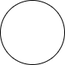
The draw.io diagram Untitled Diagram.drawio.png in lmxyjy/draw.io, before a commit. Source tidied: cells renumbered, new cells last; positions are measured from the earlier drawing's top-left corner, leaving out a move shared by most shapes.
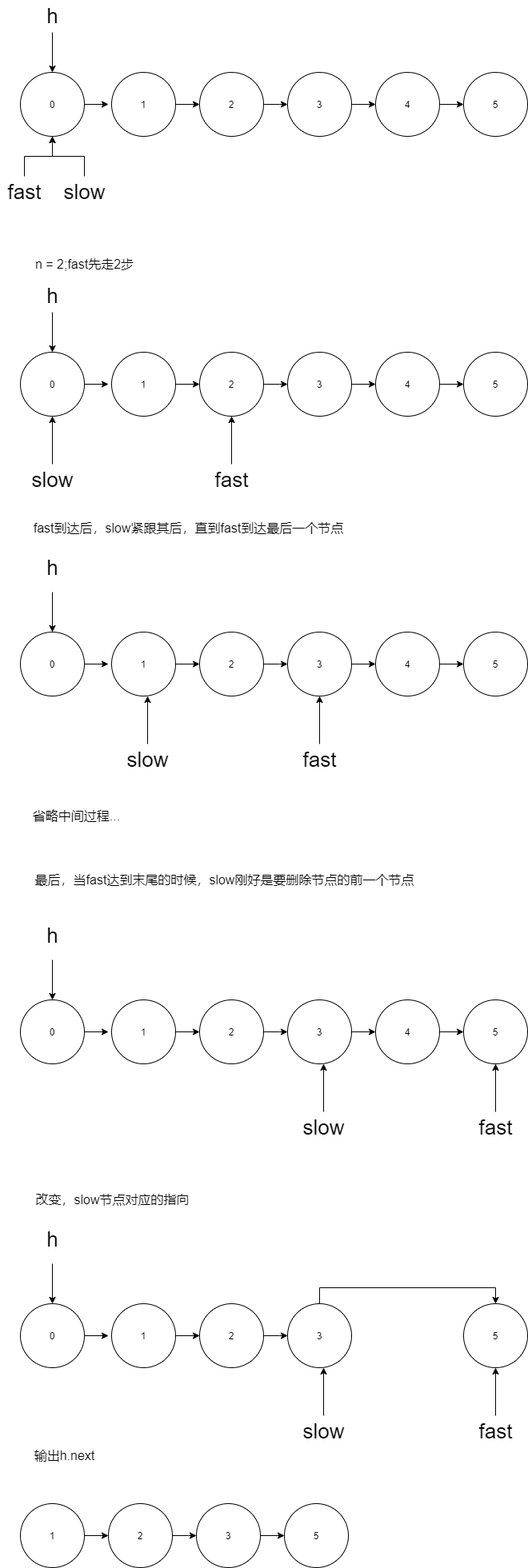
The same file after the commit.

Commit message:
删除链表倒数第n个节点.png

What changed in the source:
```diff
@@ -2,8 +2,353 @@
   <root>
     <mxCell id="0" />
     <mxCell id="1" parent="0" />
+    <mxCell id="3" style="edgeStyle=orthogonalEdgeStyle;rounded=0;jettySize=auto;html=1;entryX=0;entryY=0.5;entryDx=0;entryDy=0;" parent="1" edge="1" source="2" target="5">
+      <mxGeometry relative="1" as="geometry" />
+    </mxCell>
-    <mxCell id="2" style="ellipse;whiteSpace=wrap;html=1;" parent="1" vertex="1">
+    <mxCell id="2" value="1" style="ellipse;whiteSpace=wrap;html=1;" parent="1" vertex="1">
       <mxGeometry width="80" height="80" as="geometry" />
     </mxCell>
+    <mxCell id="4" style="edgeStyle=orthogonalEdgeStyle;rounded=0;jettySize=auto;html=1;exitX=1;exitY=0.5;exitDx=0;exitDy=0;entryX=0;entryY=0.5;entryDx=0;entryDy=0;" parent="1" edge="1" source="5" target="7">
+      <mxGeometry relative="1" as="geometry">
+        <Array as="points">
+          <mxPoint x="210" y="40" />
+          <mxPoint x="210" y="40" />
+        </Array>
+      </mxGeometry>
+    </mxCell>
+    <mxCell id="5" value="2" style="ellipse;whiteSpace=wrap;html=1;" parent="1" vertex="1">
+      <mxGeometry x="110" width="80" height="80" as="geometry" />
+    </mxCell>
+    <mxCell id="6" style="edgeStyle=orthogonalEdgeStyle;rounded=0;jettySize=auto;html=1;exitX=1;exitY=0.5;exitDx=0;exitDy=0;" parent="1" edge="1" source="7" target="9">
+      <mxGeometry relative="1" as="geometry" />
+    </mxCell>
+    <mxCell id="7" value="3" style="ellipse;whiteSpace=wrap;html=1;" parent="1" vertex="1">
+      <mxGeometry x="220" width="80" height="80" as="geometry" />
+    </mxCell>
+    <mxCell id="8" style="edgeStyle=orthogonalEdgeStyle;rounded=0;jettySize=auto;html=1;exitX=1;exitY=0.5;exitDx=0;exitDy=0;entryX=0;entryY=0.5;entryDx=0;entryDy=0;" parent="1" edge="1" source="9" target="10">
+      <mxGeometry relative="1" as="geometry" />
+    </mxCell>
+    <mxCell id="9" value="4" style="ellipse;whiteSpace=wrap;html=1;" parent="1" vertex="1">
+      <mxGeometry x="330" width="80" height="80" as="geometry" />
+    </mxCell>
+    <mxCell id="10" value="5" style="ellipse;whiteSpace=wrap;html=1;" parent="1" vertex="1">
+      <mxGeometry x="440" width="80" height="80" as="geometry" />
+    </mxCell>
+    <mxCell id="11" style="edgeStyle=orthogonalEdgeStyle;rounded=0;jettySize=auto;html=1;" parent="1" edge="1" source="12">
+      <mxGeometry relative="1" as="geometry">
+        <mxPoint x="-4" y="40" as="targetPoint" />
+      </mxGeometry>
+    </mxCell>
+    <mxCell id="12" value="0" style="ellipse;whiteSpace=wrap;html=1;" parent="1" vertex="1">
+      <mxGeometry x="-114" width="80" height="80" as="geometry" />
+    </mxCell>
+    <mxCell id="13" style="edgeStyle=orthogonalEdgeStyle;rounded=0;jettySize=auto;html=1;" parent="1" edge="1" source="14" target="12">
+      <mxGeometry relative="1" as="geometry" />
+    </mxCell>
+    <mxCell id="14" value="h" style="text;html=1;align=center;verticalAlign=middle;points=[];strokeColor=none;fillColor=none;fontSize=26;" parent="1" vertex="1">
+      <mxGeometry x="-89" y="-90" width="30" height="40" as="geometry" />
+    </mxCell>
+    <mxCell id="15" style="edgeStyle=orthogonalEdgeStyle;rounded=0;jettySize=auto;html=1;entryX=0.5;entryY=1;entryDx=0;entryDy=0;" parent="1" edge="1" source="16" target="12">
+      <mxGeometry relative="1" as="geometry" />
+    </mxCell>
+    <mxCell id="16" value="fast" style="text;html=1;align=center;verticalAlign=middle;points=[];strokeColor=none;fillColor=none;labelBorderColor=none;fontSize=26;" parent="1" vertex="1">
+      <mxGeometry x="-139" y="130" width="60" height="40" as="geometry" />
+    </mxCell>
+    <mxCell id="17" style="edgeStyle=orthogonalEdgeStyle;rounded=0;jettySize=auto;html=1;entryX=0.5;entryY=1;entryDx=0;entryDy=0;" parent="1" edge="1" source="18" target="12">
+      <mxGeometry relative="1" as="geometry" />
+    </mxCell>
+    <mxCell id="18" value="slow" style="text;html=1;align=center;verticalAlign=middle;points=[];strokeColor=none;fillColor=none;labelBorderColor=none;fontSize=26;" parent="1" vertex="1">
+      <mxGeometry x="-69" y="130" width="70" height="40" as="geometry" />
+    </mxCell>
+    <mxCell id="19" value="n = 2;fast先走2步" style="text;html=1;align=center;verticalAlign=middle;strokeColor=none;fillColor=none;fontSize=16;labelBorderColor=none;" parent="1" vertex="1">
+      <mxGeometry x="-104" y="230" width="140" height="20" as="geometry" />
+    </mxCell>
+    <mxCell id="20" style="edgeStyle=orthogonalEdgeStyle;rounded=0;jettySize=auto;html=1;entryX=0;entryY=0.5;entryDx=0;entryDy=0;" parent="1" edge="1" source="21" target="23">
+      <mxGeometry relative="1" as="geometry" />
+    </mxCell>
+    <mxCell id="21" value="1" style="ellipse;whiteSpace=wrap;html=1;" parent="1" vertex="1">
+      <mxGeometry y="350" width="80" height="80" as="geometry" />
+    </mxCell>
+    <mxCell id="22" style="edgeStyle=orthogonalEdgeStyle;rounded=0;jettySize=auto;html=1;exitX=1;exitY=0.5;exitDx=0;exitDy=0;entryX=0;entryY=0.5;entryDx=0;entryDy=0;" parent="1" edge="1" source="23" target="25">
+      <mxGeometry relative="1" as="geometry">
+        <Array as="points">
+          <mxPoint x="210" y="390" />
+          <mxPoint x="210" y="390" />
+        </Array>
+      </mxGeometry>
+    </mxCell>
+    <mxCell id="23" value="2" style="ellipse;whiteSpace=wrap;html=1;" parent="1" vertex="1">
+      <mxGeometry x="110" y="350" width="80" height="80" as="geometry" />
+    </mxCell>
+    <mxCell id="24" style="edgeStyle=orthogonalEdgeStyle;rounded=0;jettySize=auto;html=1;exitX=1;exitY=0.5;exitDx=0;exitDy=0;" parent="1" edge="1" source="25" target="27">
+      <mxGeometry relative="1" as="geometry" />
+    </mxCell>
+    <mxCell id="25" value="3" style="ellipse;whiteSpace=wrap;html=1;" parent="1" vertex="1">
+      <mxGeometry x="220" y="350" width="80" height="80" as="geometry" />
+    </mxCell>
+    <mxCell id="26" style="edgeStyle=orthogonalEdgeStyle;rounded=0;jettySize=auto;html=1;exitX=1;exitY=0.5;exitDx=0;exitDy=0;entryX=0;entryY=0.5;entryDx=0;entryDy=0;" parent="1" edge="1" source="27" target="28">
+      <mxGeometry relative="1" as="geometry" />
+    </mxCell>
+    <mxCell id="27" value="4" style="ellipse;whiteSpace=wrap;html=1;" parent="1" vertex="1">
+      <mxGeometry x="330" y="350" width="80" height="80" as="geometry" />
+    </mxCell>
+    <mxCell id="28" value="5" style="ellipse;whiteSpace=wrap;html=1;" parent="1" vertex="1">
+      <mxGeometry x="440" y="350" width="80" height="80" as="geometry" />
+    </mxCell>
+    <mxCell id="29" style="edgeStyle=orthogonalEdgeStyle;rounded=0;jettySize=auto;html=1;" parent="1" edge="1" source="30">
+      <mxGeometry relative="1" as="geometry">
+        <mxPoint x="-4" y="390" as="targetPoint" />
+      </mxGeometry>
+    </mxCell>
+    <mxCell id="30" value="0" style="ellipse;whiteSpace=wrap;html=1;" parent="1" vertex="1">
+      <mxGeometry x="-114" y="350" width="80" height="80" as="geometry" />
+    </mxCell>
+    <mxCell id="31" style="edgeStyle=orthogonalEdgeStyle;rounded=0;jettySize=auto;html=1;" parent="1" edge="1" source="32" target="30">
+      <mxGeometry relative="1" as="geometry" />
+    </mxCell>
+    <mxCell id="32" value="h" style="text;html=1;align=center;verticalAlign=middle;points=[];strokeColor=none;fillColor=none;fontSize=26;" parent="1" vertex="1">
+      <mxGeometry x="-89" y="260" width="30" height="40" as="geometry" />
+    </mxCell>
+    <mxCell id="33" style="edgeStyle=orthogonalEdgeStyle;rounded=0;jettySize=auto;html=1;fontSize=26;" parent="1" edge="1" source="34">
+      <mxGeometry relative="1" as="geometry">
+        <mxPoint x="150" y="430" as="targetPoint" />
+      </mxGeometry>
+    </mxCell>
+    <mxCell id="34" value="fast" style="text;html=1;align=center;verticalAlign=middle;points=[];strokeColor=none;fillColor=none;labelBorderColor=none;fontSize=26;" parent="1" vertex="1">
+      <mxGeometry x="120" y="490" width="60" height="40" as="geometry" />
+    </mxCell>
+    <mxCell id="35" style="edgeStyle=orthogonalEdgeStyle;rounded=0;jettySize=auto;html=1;entryX=0.5;entryY=1;entryDx=0;entryDy=0;" parent="1" edge="1" source="36" target="30">
+      <mxGeometry relative="1" as="geometry" />
+    </mxCell>
+    <mxCell id="36" value="slow" style="text;html=1;align=center;verticalAlign=middle;points=[];strokeColor=none;fillColor=none;labelBorderColor=none;fontSize=26;" parent="1" vertex="1">
+      <mxGeometry x="-109" y="490" width="70" height="40" as="geometry" />
+    </mxCell>
+    <mxCell id="37" style="edgeStyle=orthogonalEdgeStyle;rounded=0;jettySize=auto;html=1;entryX=0;entryY=0.5;entryDx=0;entryDy=0;" parent="1" edge="1" source="38" target="40">
+      <mxGeometry relative="1" as="geometry" />
+    </mxCell>
+    <mxCell id="38" value="1" style="ellipse;whiteSpace=wrap;html=1;" parent="1" vertex="1">
+      <mxGeometry y="700" width="80" height="80" as="geometry" />
+    </mxCell>
+    <mxCell id="39" style="edgeStyle=orthogonalEdgeStyle;rounded=0;jettySize=auto;html=1;exitX=1;exitY=0.5;exitDx=0;exitDy=0;entryX=0;entryY=0.5;entryDx=0;entryDy=0;" parent="1" edge="1" source="40" target="42">
+      <mxGeometry relative="1" as="geometry">
+        <Array as="points">
+          <mxPoint x="210" y="740" />
+          <mxPoint x="210" y="740" />
+        </Array>
+      </mxGeometry>
+    </mxCell>
+    <mxCell id="40" value="2" style="ellipse;whiteSpace=wrap;html=1;" parent="1" vertex="1">
+      <mxGeometry x="110" y="700" width="80" height="80" as="geometry" />
+    </mxCell>
+    <mxCell id="41" style="edgeStyle=orthogonalEdgeStyle;rounded=0;jettySize=auto;html=1;exitX=1;exitY=0.5;exitDx=0;exitDy=0;" parent="1" edge="1" source="42" target="44">
+      <mxGeometry relative="1" as="geometry" />
+    </mxCell>
+    <mxCell id="42" value="3" style="ellipse;whiteSpace=wrap;html=1;" parent="1" vertex="1">
+      <mxGeometry x="220" y="700" width="80" height="80" as="geometry" />
+    </mxCell>
+    <mxCell id="43" style="edgeStyle=orthogonalEdgeStyle;rounded=0;jettySize=auto;html=1;exitX=1;exitY=0.5;exitDx=0;exitDy=0;entryX=0;entryY=0.5;entryDx=0;entryDy=0;" parent="1" edge="1" source="44" target="45">
+      <mxGeometry relative="1" as="geometry" />
+    </mxCell>
+    <mxCell id="44" value="4" style="ellipse;whiteSpace=wrap;html=1;" parent="1" vertex="1">
+      <mxGeometry x="330" y="700" width="80" height="80" as="geometry" />
+    </mxCell>
+    <mxCell id="45" value="5" style="ellipse;whiteSpace=wrap;html=1;" parent="1" vertex="1">
+      <mxGeometry x="440" y="700" width="80" height="80" as="geometry" />
+    </mxCell>
+    <mxCell id="46" style="edgeStyle=orthogonalEdgeStyle;rounded=0;jettySize=auto;html=1;" parent="1" edge="1" source="47">
+      <mxGeometry relative="1" as="geometry">
+        <mxPoint x="-4" y="740" as="targetPoint" />
+      </mxGeometry>
+    </mxCell>
+    <mxCell id="47" value="0" style="ellipse;whiteSpace=wrap;html=1;" parent="1" vertex="1">
+      <mxGeometry x="-114" y="700" width="80" height="80" as="geometry" />
+    </mxCell>
+    <mxCell id="48" style="edgeStyle=orthogonalEdgeStyle;rounded=0;jettySize=auto;html=1;" parent="1" edge="1" target="47">
+      <mxGeometry relative="1" as="geometry">
+        <mxPoint x="-74" y="650" as="sourcePoint" />
+      </mxGeometry>
+    </mxCell>
+    <mxCell id="49" style="edgeStyle=orthogonalEdgeStyle;rounded=0;jettySize=auto;html=1;fontSize=26;" parent="1" edge="1" source="50">
+      <mxGeometry relative="1" as="geometry">
+        <mxPoint x="260" y="780" as="targetPoint" />
+      </mxGeometry>
+    </mxCell>
+    <mxCell id="50" value="fast" style="text;html=1;align=center;verticalAlign=middle;points=[];strokeColor=none;fillColor=none;labelBorderColor=none;fontSize=26;" parent="1" vertex="1">
+      <mxGeometry x="230" y="840" width="60" height="40" as="geometry" />
+    </mxCell>
+    <mxCell id="51" style="edgeStyle=orthogonalEdgeStyle;rounded=0;jettySize=auto;html=1;entryX=0.5;entryY=1;entryDx=0;entryDy=0;" parent="1" edge="1" source="52">
+      <mxGeometry relative="1" as="geometry">
+        <mxPoint x="45" y="780" as="targetPoint" />
+      </mxGeometry>
+    </mxCell>
+    <mxCell id="52" value="slow" style="text;html=1;align=center;verticalAlign=middle;points=[];strokeColor=none;fillColor=none;labelBorderColor=none;fontSize=26;" parent="1" vertex="1">
+      <mxGeometry x="10" y="840" width="70" height="40" as="geometry" />
+    </mxCell>
+    <mxCell id="53" value="h" style="text;html=1;align=center;verticalAlign=middle;strokeColor=none;fillColor=none;fontSize=26;" parent="1" vertex="1">
+      <mxGeometry x="-89" y="600" width="30" height="40" as="geometry" />
+    </mxCell>
+    <mxCell id="54" value="fast到达后，slow紧跟其后，直到fast到达最后一个节点" style="text;html=1;align=center;verticalAlign=middle;strokeColor=none;fillColor=none;fontSize=16;" parent="1" vertex="1">
+      <mxGeometry x="-104" y="560" width="400" height="20" as="geometry" />
+    </mxCell>
+    <mxCell id="55" style="edgeStyle=orthogonalEdgeStyle;rounded=0;jettySize=auto;html=1;entryX=0;entryY=0.5;entryDx=0;entryDy=0;" parent="1" edge="1" source="56" target="58">
+      <mxGeometry relative="1" as="geometry" />
+    </mxCell>
+    <mxCell id="56" value="1" style="ellipse;whiteSpace=wrap;html=1;" parent="1" vertex="1">
+      <mxGeometry y="1160" width="80" height="80" as="geometry" />
+    </mxCell>
+    <mxCell id="57" style="edgeStyle=orthogonalEdgeStyle;rounded=0;jettySize=auto;html=1;exitX=1;exitY=0.5;exitDx=0;exitDy=0;entryX=0;entryY=0.5;entryDx=0;entryDy=0;" parent="1" edge="1" source="58" target="60">
+      <mxGeometry relative="1" as="geometry">
+        <Array as="points">
+          <mxPoint x="210" y="1200" />
+          <mxPoint x="210" y="1200" />
+        </Array>
+      </mxGeometry>
+    </mxCell>
+    <mxCell id="58" value="2" style="ellipse;whiteSpace=wrap;html=1;" parent="1" vertex="1">
+      <mxGeometry x="110" y="1160" width="80" height="80" as="geometry" />
+    </mxCell>
+    <mxCell id="59" style="edgeStyle=orthogonalEdgeStyle;rounded=0;jettySize=auto;html=1;exitX=1;exitY=0.5;exitDx=0;exitDy=0;" parent="1" edge="1" source="60" target="62">
+      <mxGeometry relative="1" as="geometry" />
+    </mxCell>
+    <mxCell id="60" value="3" style="ellipse;whiteSpace=wrap;html=1;" parent="1" vertex="1">
+      <mxGeometry x="220" y="1160" width="80" height="80" as="geometry" />
+    </mxCell>
+    <mxCell id="61" style="edgeStyle=orthogonalEdgeStyle;rounded=0;jettySize=auto;html=1;exitX=1;exitY=0.5;exitDx=0;exitDy=0;entryX=0;entryY=0.5;entryDx=0;entryDy=0;" parent="1" edge="1" source="62" target="63">
+      <mxGeometry relative="1" as="geometry" />
+    </mxCell>
+    <mxCell id="62" value="4" style="ellipse;whiteSpace=wrap;html=1;" parent="1" vertex="1">
+      <mxGeometry x="330" y="1160" width="80" height="80" as="geometry" />
+    </mxCell>
+    <mxCell id="63" value="5" style="ellipse;whiteSpace=wrap;html=1;" parent="1" vertex="1">
+      <mxGeometry x="440" y="1160" width="80" height="80" as="geometry" />
+    </mxCell>
+    <mxCell id="64" style="edgeStyle=orthogonalEdgeStyle;rounded=0;jettySize=auto;html=1;" parent="1" edge="1" source="65">
+      <mxGeometry relative="1" as="geometry">
+        <mxPoint x="-4" y="1200" as="targetPoint" />
+      </mxGeometry>
+    </mxCell>
+    <mxCell id="65" value="0" style="ellipse;whiteSpace=wrap;html=1;" parent="1" vertex="1">
+      <mxGeometry x="-114" y="1160" width="80" height="80" as="geometry" />
+    </mxCell>
+    <mxCell id="66" style="edgeStyle=orthogonalEdgeStyle;rounded=0;jettySize=auto;html=1;" parent="1" edge="1" target="65">
+      <mxGeometry relative="1" as="geometry">
+        <mxPoint x="-74" y="1110" as="sourcePoint" />
+      </mxGeometry>
+    </mxCell>
+    <mxCell id="67" style="edgeStyle=orthogonalEdgeStyle;rounded=0;jettySize=auto;html=1;fontSize=26;" parent="1" edge="1" source="68">
+      <mxGeometry relative="1" as="geometry">
+        <mxPoint x="480" y="1240" as="targetPoint" />
+      </mxGeometry>
+    </mxCell>
+    <mxCell id="68" value="fast" style="text;html=1;align=center;verticalAlign=middle;points=[];strokeColor=none;fillColor=none;labelBorderColor=none;fontSize=26;" parent="1" vertex="1">
+      <mxGeometry x="450" y="1300" width="60" height="40" as="geometry" />
+    </mxCell>
+    <mxCell id="69" style="edgeStyle=orthogonalEdgeStyle;rounded=0;jettySize=auto;html=1;entryX=0.5;entryY=1;entryDx=0;entryDy=0;" parent="1" edge="1" source="70">
+      <mxGeometry relative="1" as="geometry">
+        <mxPoint x="265" y="1240" as="targetPoint" />
+      </mxGeometry>
+    </mxCell>
+    <mxCell id="70" value="slow" style="text;html=1;align=center;verticalAlign=middle;points=[];strokeColor=none;fillColor=none;labelBorderColor=none;fontSize=26;" parent="1" vertex="1">
+      <mxGeometry x="230" y="1300" width="70" height="40" as="geometry" />
+    </mxCell>
+    <mxCell id="71" value="h" style="text;html=1;align=center;verticalAlign=middle;strokeColor=none;fillColor=none;fontSize=26;" parent="1" vertex="1">
+      <mxGeometry x="-89" y="1060" width="30" height="40" as="geometry" />
+    </mxCell>
+    <mxCell id="72" value="省略中间过程..." style="text;html=1;align=center;verticalAlign=middle;strokeColor=none;fillColor=none;fontSize=16;" parent="1" vertex="1">
+      <mxGeometry x="-104" y="920" width="120" height="20" as="geometry" />
+    </mxCell>
+    <mxCell id="73" value="最后，当fast达到末尾的时候，slow刚好是要删除节点的前一个节点" style="text;html=1;align=center;verticalAlign=middle;strokeColor=none;fillColor=none;fontSize=16;" parent="1" vertex="1">
+      <mxGeometry x="-104" y="1000" width="490" height="20" as="geometry" />
+    </mxCell>
+    <mxCell id="74" value="改变，slow节点对应的指向" style="text;html=1;align=center;verticalAlign=middle;strokeColor=none;fillColor=none;fontSize=16;" parent="1" vertex="1">
+      <mxGeometry x="-104" y="1400" width="210" height="20" as="geometry" />
+    </mxCell>
+    <mxCell id="75" style="edgeStyle=orthogonalEdgeStyle;rounded=0;jettySize=auto;html=1;entryX=0;entryY=0.5;entryDx=0;entryDy=0;" parent="1" edge="1" source="76" target="78">
+      <mxGeometry relative="1" as="geometry" />
+    </mxCell>
+    <mxCell id="76" value="1" style="ellipse;whiteSpace=wrap;html=1;" parent="1" vertex="1">
+      <mxGeometry y="1540" width="80" height="80" as="geometry" />
+    </mxCell>
+    <mxCell id="77" style="edgeStyle=orthogonalEdgeStyle;rounded=0;jettySize=auto;html=1;exitX=1;exitY=0.5;exitDx=0;exitDy=0;entryX=0;entryY=0.5;entryDx=0;entryDy=0;" parent="1" edge="1" source="78" target="80">
+      <mxGeometry relative="1" as="geometry">
+        <Array as="points">
+          <mxPoint x="210" y="1580" />
+          <mxPoint x="210" y="1580" />
+        </Array>
+      </mxGeometry>
+    </mxCell>
+    <mxCell id="78" value="2" style="ellipse;whiteSpace=wrap;html=1;" parent="1" vertex="1">
+      <mxGeometry x="110" y="1540" width="80" height="80" as="geometry" />
+    </mxCell>
+    <mxCell id="79" style="edgeStyle=orthogonalEdgeStyle;rounded=0;jettySize=auto;html=1;exitX=0.5;exitY=0;exitDx=0;exitDy=0;entryX=0.5;entryY=0;entryDx=0;entryDy=0;fontSize=16;" parent="1" edge="1" source="80" target="81">
+      <mxGeometry relative="1" as="geometry" />
+    </mxCell>
+    <mxCell id="80" value="3" style="ellipse;whiteSpace=wrap;html=1;" parent="1" vertex="1">
+      <mxGeometry x="220" y="1540" width="80" height="80" as="geometry" />
+    </mxCell>
+    <mxCell id="81" value="5" style="ellipse;whiteSpace=wrap;html=1;" parent="1" vertex="1">
+      <mxGeometry x="440" y="1540" width="80" height="80" as="geometry" />
+    </mxCell>
+    <mxCell id="82" style="edgeStyle=orthogonalEdgeStyle;rounded=0;jettySize=auto;html=1;" parent="1" edge="1" source="83">
+      <mxGeometry relative="1" as="geometry">
+        <mxPoint x="-4" y="1580" as="targetPoint" />
+      </mxGeometry>
+    </mxCell>
+    <mxCell id="83" value="0" style="ellipse;whiteSpace=wrap;html=1;" parent="1" vertex="1">
+      <mxGeometry x="-114" y="1540" width="80" height="80" as="geometry" />
+    </mxCell>
+    <mxCell id="84" style="edgeStyle=orthogonalEdgeStyle;rounded=0;jettySize=auto;html=1;" parent="1" edge="1" target="83">
+      <mxGeometry relative="1" as="geometry">
+        <mxPoint x="-74" y="1490" as="sourcePoint" />
+      </mxGeometry>
+    </mxCell>
+    <mxCell id="85" style="edgeStyle=orthogonalEdgeStyle;rounded=0;jettySize=auto;html=1;fontSize=26;" parent="1" edge="1" source="86">
+      <mxGeometry relative="1" as="geometry">
+        <mxPoint x="480" y="1620" as="targetPoint" />
+      </mxGeometry>
+    </mxCell>
+    <mxCell id="86" value="fast" style="text;html=1;align=center;verticalAlign=middle;points=[];strokeColor=none;fillColor=none;labelBorderColor=none;fontSize=26;" parent="1" vertex="1">
+      <mxGeometry x="450" y="1680" width="60" height="40" as="geometry" />
+    </mxCell>
+    <mxCell id="87" style="edgeStyle=orthogonalEdgeStyle;rounded=0;jettySize=auto;html=1;entryX=0.5;entryY=1;entryDx=0;entryDy=0;" parent="1" edge="1" source="88">
+      <mxGeometry relative="1" as="geometry">
+        <mxPoint x="265" y="1620" as="targetPoint" />
+      </mxGeometry>
+    </mxCell>
+    <mxCell id="88" value="slow" style="text;html=1;align=center;verticalAlign=middle;points=[];strokeColor=none;fillColor=none;labelBorderColor=none;fontSize=26;" parent="1" vertex="1">
+      <mxGeometry x="230" y="1680" width="70" height="40" as="geometry" />
+    </mxCell>
+    <mxCell id="89" value="h" style="text;html=1;align=center;verticalAlign=middle;strokeColor=none;fillColor=none;fontSize=26;" parent="1" vertex="1">
+      <mxGeometry x="-89" y="1440" width="30" height="40" as="geometry" />
+    </mxCell>
+    <mxCell id="90" value="输出h.next" style="text;html=1;align=center;verticalAlign=middle;strokeColor=none;fillColor=none;fontSize=16;" parent="1" vertex="1">
+      <mxGeometry x="-104" y="1720" width="90" height="20" as="geometry" />
+    </mxCell>
+    <mxCell id="91" style="edgeStyle=orthogonalEdgeStyle;rounded=0;jettySize=auto;html=1;entryX=0;entryY=0.5;entryDx=0;entryDy=0;" parent="1" edge="1" source="92" target="94">
+      <mxGeometry relative="1" as="geometry" />
+    </mxCell>
+    <mxCell id="92" value="1" style="ellipse;whiteSpace=wrap;html=1;" parent="1" vertex="1">
+      <mxGeometry x="-114" y="1790" width="80" height="80" as="geometry" />
+    </mxCell>
+    <mxCell id="93" style="edgeStyle=orthogonalEdgeStyle;rounded=0;jettySize=auto;html=1;exitX=1;exitY=0.5;exitDx=0;exitDy=0;entryX=0;entryY=0.5;entryDx=0;entryDy=0;" parent="1" edge="1" source="94" target="96">
+      <mxGeometry relative="1" as="geometry">
+        <Array as="points">
+          <mxPoint x="96" y="1830" />
+          <mxPoint x="96" y="1830" />
+        </Array>
+      </mxGeometry>
+    </mxCell>
+    <mxCell id="94" value="2" style="ellipse;whiteSpace=wrap;html=1;" parent="1" vertex="1">
+      <mxGeometry x="-4" y="1790" width="80" height="80" as="geometry" />
+    </mxCell>
+    <mxCell id="95" style="edgeStyle=orthogonalEdgeStyle;rounded=0;jettySize=auto;html=1;fontSize=16;" parent="1" edge="1" source="96" target="97">
+      <mxGeometry relative="1" as="geometry" />
+    </mxCell>
+    <mxCell id="96" value="3" style="ellipse;whiteSpace=wrap;html=1;" parent="1" vertex="1">
+      <mxGeometry x="106" y="1790" width="80" height="80" as="geometry" />
+    </mxCell>
+    <mxCell id="97" value="5" style="ellipse;whiteSpace=wrap;html=1;" parent="1" vertex="1">
+      <mxGeometry x="216" y="1790" width="80" height="80" as="geometry" />
+    </mxCell>
   </root>
 </mxGraphModel>
```
